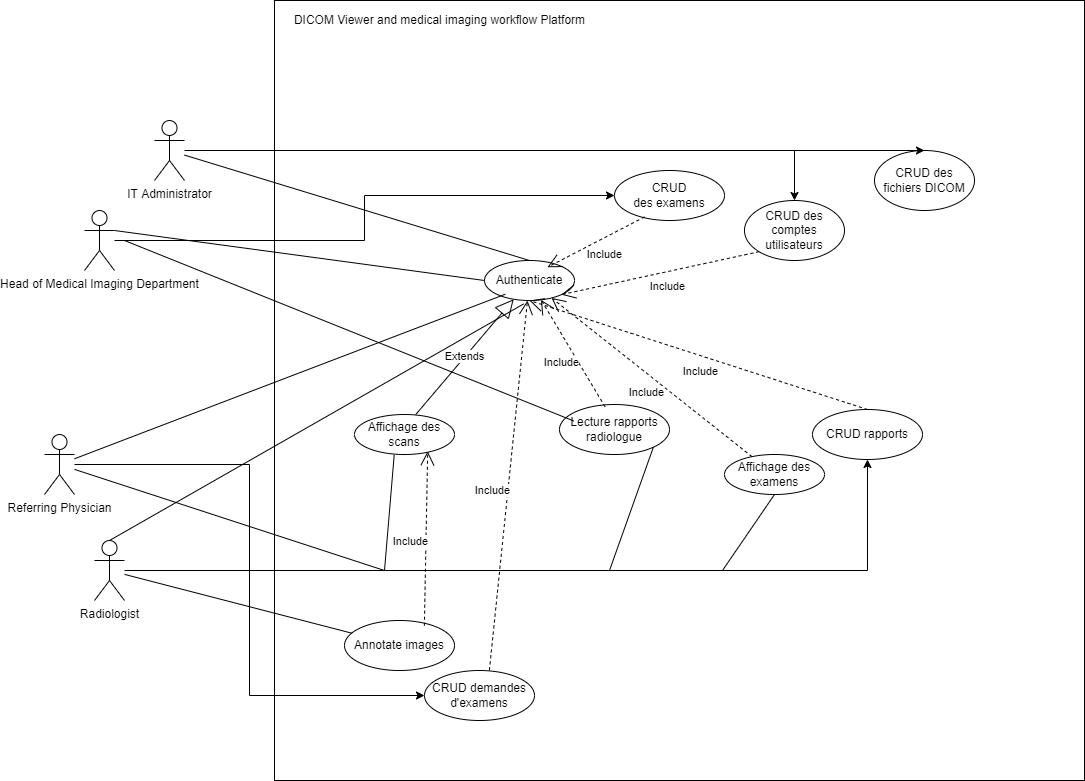
Before: Conception/Use case UML RICOM.png, a diagram exported from draw.io (mehdilagdimi/RICOM-). Source tidied: cells renumbered, new cells last; positions are measured from the earlier drawing's top-left corner, leaving out a move shared by most shapes.
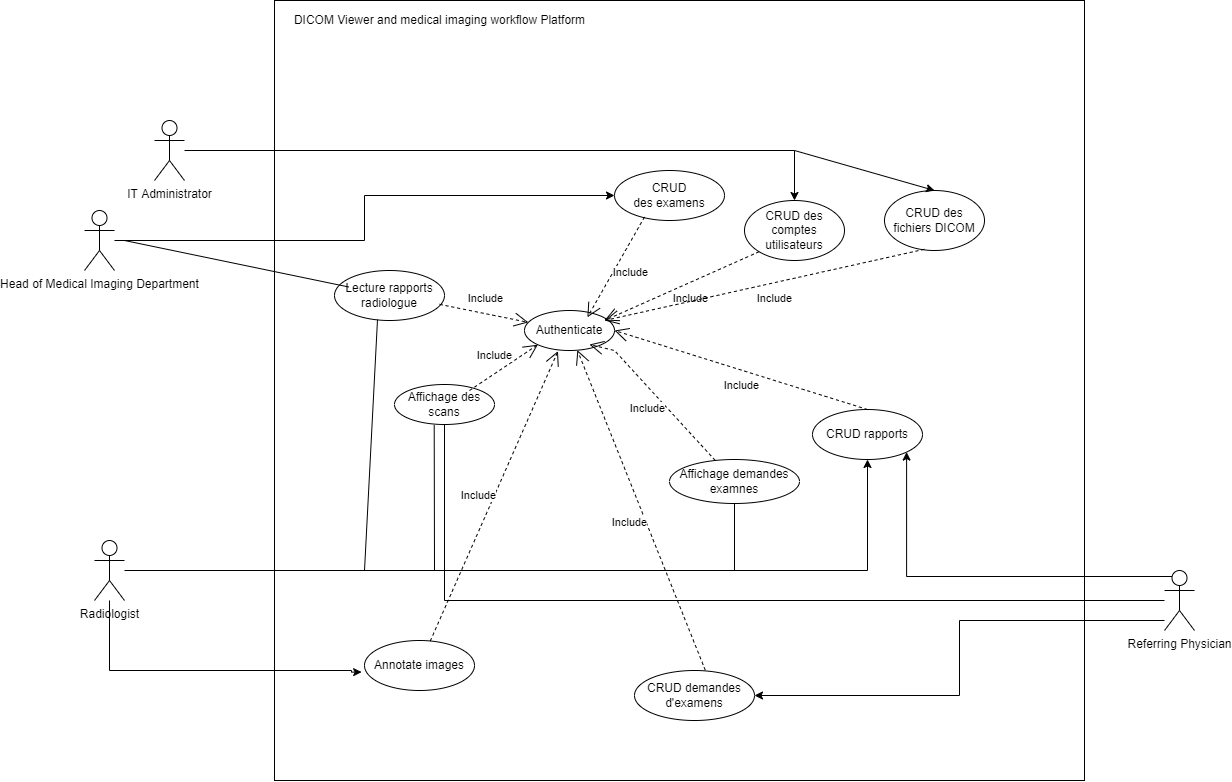
Above is the later version.

The edit, as a diff of the source:
```diff
@@ -14,11 +14,19 @@
     <mxCell id="5" style="edgeStyle=orthogonalEdgeStyle;rounded=0;jettySize=auto;html=1;entryX=0.5;entryY=1;entryDx=0;entryDy=0;" parent="1" edge="1" source="6" target="21">
       <mxGeometry relative="1" as="geometry" />
     </mxCell>
+    <mxCell id="39" style="edgeStyle=orthogonalEdgeStyle;rounded=0;jettySize=auto;html=1;entryX=-0.026;entryY=0.631;entryDx=0;entryDy=0;entryPerimeter=0;" parent="1" edge="1" source="6" target="36">
+      <mxGeometry relative="1" as="geometry">
+        <Array as="points">
+          <mxPoint x="65" y="670" />
+          <mxPoint x="307" y="670" />
+        </Array>
+      </mxGeometry>
+    </mxCell>
     <mxCell id="6" value="Radiologist&lt;br&gt;" style="shape=umlActor;verticalLabelPosition=bottom;verticalAlign=top;html=1;outlineConnect=0;" parent="1" vertex="1">
       <mxGeometry x="50" y="540" width="30" height="60" as="geometry" />
     </mxCell>
     <mxCell id="7" value="Authenticate" style="ellipse;whiteSpace=wrap;html=1;align=center;" parent="1" vertex="1">
-      <mxGeometry x="440" y="260" width="90" height="40" as="geometry" />
+      <mxGeometry x="480" y="310" width="90" height="40" as="geometry" />
     </mxCell>
     <mxCell id="8" value="CRUD des comptes utilisateurs" style="ellipse;whiteSpace=wrap;html=1;align=center;" parent="1" vertex="1">
       <mxGeometry x="700" y="200" width="100" height="60" as="geometry" />
@@ -26,11 +34,16 @@
     <mxCell id="9" value="DICOM Viewer and medical imaging workflow Platform" style="text;html=1;align=center;verticalAlign=middle;fillColor=none;strokeColor=none;rounded=0;" parent="1" vertex="1">
       <mxGeometry x="240" y="10" width="310" height="20" as="geometry" />
     </mxCell>
-    <mxCell id="10" style="edgeStyle=orthogonalEdgeStyle;rounded=0;jettySize=auto;html=1;entryX=0;entryY=0.5;entryDx=0;entryDy=0;" parent="1" edge="1" source="11" target="28">
-      <mxGeometry relative="1" as="geometry" />
+    <mxCell id="10" style="edgeStyle=orthogonalEdgeStyle;rounded=0;jettySize=auto;html=1;entryX=1;entryY=0.5;entryDx=0;entryDy=0;" parent="1" edge="1" source="11" target="28">
+      <mxGeometry relative="1" as="geometry">
+        <Array as="points">
+          <mxPoint x="915" y="620" />
+          <mxPoint x="915" y="695" />
+        </Array>
+      </mxGeometry>
     </mxCell>
     <mxCell id="11" value="Referring Physician" style="shape=umlActor;verticalLabelPosition=bottom;verticalAlign=top;html=1;outlineConnect=0;" parent="1" vertex="1">
-      <mxGeometry y="434" width="30" height="60" as="geometry" />
+      <mxGeometry x="1120" y="570" width="30" height="60" as="geometry" />
     </mxCell>
     <mxCell id="12" style="edgeStyle=orthogonalEdgeStyle;rounded=0;jettySize=auto;html=1;" parent="1" edge="1" source="13" target="22">
       <mxGeometry relative="1" as="geometry" />
@@ -38,28 +51,11 @@
     <mxCell id="13" value="Head of Medical Imaging Department" style="shape=umlActor;verticalLabelPosition=bottom;verticalAlign=top;html=1;outlineConnect=0;" parent="1" vertex="1">
       <mxGeometry x="40" y="210" width="30" height="60" as="geometry" />
     </mxCell>
-    <mxCell id="14" style="endArrow=none;html=1;rounded=0;entryX=0.5;entryY=0;entryDx=0;entryDy=0;" parent="1" edge="1" source="4" target="7">
-      <mxGeometry relative="1" as="geometry" />
-    </mxCell>
-    <mxCell id="15" style="endArrow=none;html=1;rounded=0;entryX=0;entryY=0.5;entryDx=0;entryDy=0;exitX=1;exitY=0.3333333333333333;exitDx=0;exitDy=0;exitPerimeter=0;" parent="1" edge="1" source="13" target="7">
-      <mxGeometry relative="1" as="geometry" />
-    </mxCell>
-    <mxCell id="16" style="endArrow=none;html=1;rounded=0;entryX=0.435;entryY=1.086;entryDx=0;entryDy=0;exitX=0.5;exitY=0;exitDx=0;exitDy=0;exitPerimeter=0;entryPerimeter=0;" parent="1" edge="1" source="6" target="7">
-      <mxGeometry relative="1" as="geometry" />
-    </mxCell>
-    <mxCell id="17" style="endArrow=none;html=1;rounded=0;entryX=0.231;entryY=0.843;entryDx=0;entryDy=0;entryPerimeter=0;" parent="1" edge="1" source="11" target="7">
-      <mxGeometry relative="1" as="geometry" />
-    </mxCell>
-    <mxCell id="18" style="endArrow=none;html=1;rounded=0;" parent="1" edge="1" source="11">
-      <mxGeometry relative="1" as="geometry">
-        <mxPoint x="340" y="570" as="targetPoint" />
-      </mxGeometry>
-    </mxCell>
-    <mxCell id="19" value="Affichage des examens" style="ellipse;whiteSpace=wrap;html=1;align=center;" parent="1" vertex="1">
-      <mxGeometry x="680" y="454" width="100" height="40" as="geometry" />
+    <mxCell id="19" value="Affichage demandes examnes" style="ellipse;whiteSpace=wrap;html=1;align=center;" parent="1" vertex="1">
+      <mxGeometry x="625" y="459" width="130" height="44" as="geometry" />
     </mxCell>
     <mxCell id="20" value="Lecture rapports radiologue" style="ellipse;whiteSpace=wrap;html=1;align=center;" parent="1" vertex="1">
-      <mxGeometry x="515" y="404" width="110" height="50" as="geometry" />
+      <mxGeometry x="290" y="270" width="110" height="50" as="geometry" />
     </mxCell>
     <mxCell id="21" value="CRUD rapports" style="ellipse;whiteSpace=wrap;html=1;align=center;" parent="1" vertex="1">
       <mxGeometry x="768" y="409" width="110" height="50" as="geometry" />
@@ -68,16 +64,16 @@
       <mxGeometry x="570" y="170" width="110" height="50" as="geometry" />
     </mxCell>
     <mxCell id="23" value="Affichage des scans" style="ellipse;whiteSpace=wrap;html=1;align=center;" parent="1" vertex="1">
-      <mxGeometry x="310" y="414" width="100" height="40" as="geometry" />
+      <mxGeometry x="350" y="384" width="100" height="40" as="geometry" />
     </mxCell>
     <mxCell id="24" style="endArrow=none;html=1;rounded=0;entryX=0.397;entryY=1.011;entryDx=0;entryDy=0;entryPerimeter=0;" parent="1" edge="1" target="23">
       <mxGeometry relative="1" as="geometry">
-        <mxPoint x="340" y="570" as="sourcePoint" />
+        <mxPoint x="390" y="570" as="sourcePoint" />
       </mxGeometry>
     </mxCell>
     <mxCell id="25" style="endArrow=none;html=1;rounded=0;entryX=0.5;entryY=1;entryDx=0;entryDy=0;" parent="1" edge="1" target="19">
       <mxGeometry relative="1" as="geometry">
-        <mxPoint x="678" y="570" as="sourcePoint" />
+        <mxPoint x="690" y="570" as="sourcePoint" />
       </mxGeometry>
     </mxCell>
     <mxCell id="26" style="endArrow=none;html=1;rounded=0;entryX=0.13;entryY=0.33;entryDx=0;entryDy=0;exitX=1;exitY=0.3333333333333333;exitDx=0;exitDy=0;exitPerimeter=0;entryPerimeter=0;" parent="1" edge="1" target="20">
@@ -85,53 +81,65 @@
         <mxPoint x="80" y="240" as="sourcePoint" />
       </mxGeometry>
     </mxCell>
-    <mxCell id="27" style="endArrow=none;html=1;rounded=0;entryX=1;entryY=1;entryDx=0;entryDy=0;" parent="1" edge="1" target="20">
+    <mxCell id="27" style="endArrow=none;html=1;rounded=0;entryX=0.391;entryY=0.98;entryDx=0;entryDy=0;entryPerimeter=0;" parent="1" edge="1" target="20">
       <mxGeometry relative="1" as="geometry">
-        <mxPoint x="565" y="570" as="sourcePoint" />
+        <mxPoint x="320" y="570" as="sourcePoint" />
       </mxGeometry>
     </mxCell>
     <mxCell id="28" value="CRUD demandes d'examens" style="ellipse;whiteSpace=wrap;html=1;align=center;" parent="1" vertex="1">
-      <mxGeometry x="380" y="670" width="110" height="50" as="geometry" />
+      <mxGeometry x="590" y="670" width="120" height="50" as="geometry" />
     </mxCell>
-    <mxCell id="29" value="Include" style="endArrow=open;endSize=12;dashed=1;html=1;rounded=0;exitX=0;exitY=1;exitDx=0;exitDy=0;entryX=1;entryY=1;entryDx=0;entryDy=0;" parent="1" edge="1" source="8" target="7">
-      <mxGeometry x="-0.04" y="15" relative="1" as="geometry" />
+    <mxCell id="29" value="Include" style="endArrow=open;endSize=12;dashed=1;html=1;rounded=0;exitX=0;exitY=1;exitDx=0;exitDy=0;" parent="1" edge="1" source="8">
+      <mxGeometry x="-0.04" y="15" relative="1" as="geometry">
+        <mxPoint x="560" y="320" as="targetPoint" />
+      </mxGeometry>
     </mxCell>
     <mxCell id="30" value="Include" style="endArrow=open;endSize=12;dashed=1;html=1;rounded=0;exitX=0.273;exitY=0.929;exitDx=0;exitDy=0;entryX=0.699;entryY=0.169;entryDx=0;entryDy=0;entryPerimeter=0;exitPerimeter=0;" parent="1" edge="1" source="22" target="7">
       <mxGeometry x="-0.04" y="15" relative="1" as="geometry" />
     </mxCell>
-    <mxCell id="31" value="Include" style="endArrow=open;endSize=12;dashed=1;html=1;rounded=0;exitX=0.5;exitY=0;exitDx=0;exitDy=0;" parent="1" edge="1" source="21">
-      <mxGeometry x="-0.04" y="15" relative="1" as="geometry">
-        <mxPoint x="485" y="300" as="targetPoint" />
-      </mxGeometry>
+    <mxCell id="31" value="Include" style="endArrow=open;endSize=12;dashed=1;html=1;rounded=0;exitX=0.5;exitY=0;exitDx=0;exitDy=0;entryX=1;entryY=0.5;entryDx=0;entryDy=0;" parent="1" edge="1" source="21" target="7">
+      <mxGeometry x="-0.04" y="15" relative="1" as="geometry" />
     </mxCell>
-    <mxCell id="32" value="Include" style="endArrow=open;endSize=12;dashed=1;html=1;rounded=0;" parent="1" edge="1" source="19" target="7">
-      <mxGeometry x="-0.04" y="15" relative="1" as="geometry" />
+    <mxCell id="32" value="Include" style="endArrow=open;endSize=12;dashed=1;html=1;rounded=0;entryX=0.722;entryY=0.85;entryDx=0;entryDy=0;entryPerimeter=0;" parent="1" edge="1" source="19" target="7">
+      <mxGeometry x="-0.04" y="15" relative="1" as="geometry">
+        <Array as="points">
+          <mxPoint x="570" y="350" />
+        </Array>
+      </mxGeometry>
     </mxCell>
-    <mxCell id="33" value="Include" style="endArrow=open;endSize=12;dashed=1;html=1;rounded=0;exitX=0.414;exitY=0.044;exitDx=0;exitDy=0;exitPerimeter=0;" parent="1" edge="1" source="20" target="7">
+    <mxCell id="33" value="Include" style="endArrow=open;endSize=12;dashed=1;html=1;rounded=0;exitX=0.955;exitY=0.677;exitDx=0;exitDy=0;exitPerimeter=0;" parent="1" edge="1" source="20" target="7">
       <mxGeometry x="-0.04" y="15" relative="1" as="geometry" />
     </mxCell>
-    <mxCell id="34" value="Extends" style="endArrow=block;endSize=16;endFill=0;html=1;rounded=0;exitX=0.612;exitY=0.003;exitDx=0;exitDy=0;exitPerimeter=0;" parent="1" edge="1" source="23" target="7">
-      <mxGeometry relative="1" as="geometry" />
-    </mxCell>
     <mxCell id="35" value="Include" style="endArrow=open;endSize=12;dashed=1;html=1;rounded=0;exitX=0.59;exitY=-0.005;exitDx=0;exitDy=0;exitPerimeter=0;" parent="1" edge="1" source="28" target="7">
       <mxGeometry x="-0.04" y="15" relative="1" as="geometry" />
     </mxCell>
     <mxCell id="36" value="Annotate images" style="ellipse;whiteSpace=wrap;html=1;align=center;" parent="1" vertex="1">
-      <mxGeometry x="300" y="620" width="110" height="50" as="geometry" />
+      <mxGeometry x="320" y="640" width="110" height="50" as="geometry" />
     </mxCell>
     <mxCell id="37" value="CRUD des fichiers DICOM" style="ellipse;whiteSpace=wrap;html=1;align=center;" parent="1" vertex="1">
-      <mxGeometry x="830" y="150" width="100" height="60" as="geometry" />
+      <mxGeometry x="840" y="190" width="100" height="60" as="geometry" />
     </mxCell>
     <mxCell id="38" style="endArrow=classic;html=1;rounded=0;entryX=0.5;entryY=0;entryDx=0;entryDy=0;" parent="1" edge="1" target="37">
       <mxGeometry relative="1" as="geometry">
         <mxPoint x="750" y="150" as="sourcePoint" />
       </mxGeometry>
     </mxCell>
-    <mxCell id="39" style="endArrow=none;html=1;rounded=0;" parent="1" edge="1" source="6" target="36">
-      <mxGeometry relative="1" as="geometry" />
-    </mxCell>
-    <mxCell id="40" value="Include" style="endArrow=open;endSize=12;dashed=1;html=1;rounded=0;exitX=0.726;exitY=0.104;exitDx=0;exitDy=0;exitPerimeter=0;entryX=0.732;entryY=0.919;entryDx=0;entryDy=0;entryPerimeter=0;" parent="1" edge="1" source="36" target="23">
-      <mxGeometry x="-0.04" y="15" relative="1" as="geometry" />
-    </mxCell>
+    <mxCell id="34" value="Include" style="endArrow=open;endSize=12;dashed=1;html=1;rounded=0;exitX=0.75;exitY=0.15;exitDx=0;exitDy=0;exitPerimeter=0;entryX=0;entryY=1;entryDx=0;entryDy=0;" parent="1" edge="1" source="23" target="7">
+      <mxGeometry x="-0.04" y="15" relative="1" as="geometry" />
+    </mxCell>
+    <mxCell id="41" style="edgeStyle=orthogonalEdgeStyle;rounded=0;jettySize=auto;html=1;entryX=1;entryY=1;entryDx=0;entryDy=0;exitX=0.25;exitY=0.1;exitDx=0;exitDy=0;exitPerimeter=0;" parent="1" edge="1" source="11" target="21">
+      <mxGeometry relative="1" as="geometry" />
+    </mxCell>
+    <mxCell id="42" style="edgeStyle=orthogonalEdgeStyle;rounded=0;jettySize=auto;html=1;entryX=0.5;entryY=1;entryDx=0;entryDy=0;endArrow=none;endFill=0;" parent="1" edge="1" source="11" target="23">
+      <mxGeometry relative="1" as="geometry" />
+    </mxCell>
+    <mxCell id="43" value="Include" style="endArrow=open;endSize=12;dashed=1;html=1;rounded=0;entryX=0.372;entryY=1.016;entryDx=0;entryDy=0;entryPerimeter=0;" parent="1" edge="1" source="36" target="7">
+      <mxGeometry x="-0.04" y="15" relative="1" as="geometry" />
+    </mxCell>
+    <mxCell id="44" value="Include" style="endArrow=open;endSize=12;dashed=1;html=1;rounded=0;exitX=0.398;exitY=0.98;exitDx=0;exitDy=0;exitPerimeter=0;" parent="1" edge="1" source="37">
+      <mxGeometry x="-0.04" y="15" relative="1" as="geometry">
+        <mxPoint x="560" y="320" as="targetPoint" />
+      </mxGeometry>
+    </mxCell>
   </root>
 </mxGraphModel>
```
